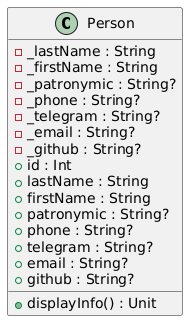
Before: lab1/uml.png, a diagram exported from PlantUML (rndtrash/uni-patterns). Its source is kept beside it as lab1/uml.puml.
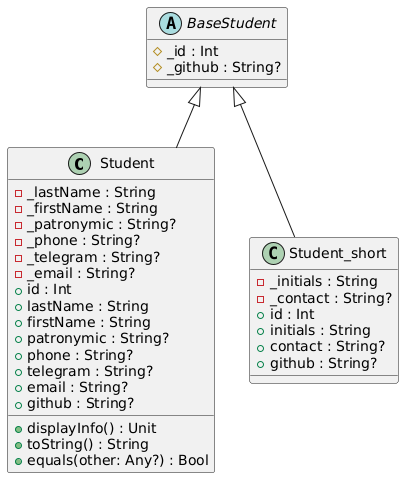
After the commit.

Commit message:
Составил UML диаграмму

Diff of the diagram source:
```diff
@@ -1,12 +1,11 @@
 @startuml
-class Person {
+class Student {
   - _lastName : String
   - _firstName : String
   - _patronymic : String?
   - _phone : String?
   - _telegram : String?
   - _email : String?
-  - _github : String?
   + id : Int
   + lastName : String
   + firstName : String
@@ -16,5 +15,24 @@
   + email : String?
   + github : String?
   + displayInfo() : Unit
+  + toString() : String
+  + equals(other: Any?) : Bool
 }
+
+class Student_short {
+  - _initials : String
+  - _contact : String?
+  + id : Int
+  + initials : String
+  + contact : String?
+  + github : String?
+}
+
+abstract class BaseStudent {
+  # _id : Int
+  # _github : String?
+}
+
+BaseStudent <|-- Student
+BaseStudent <|-- Student_short
 @enduml
```
